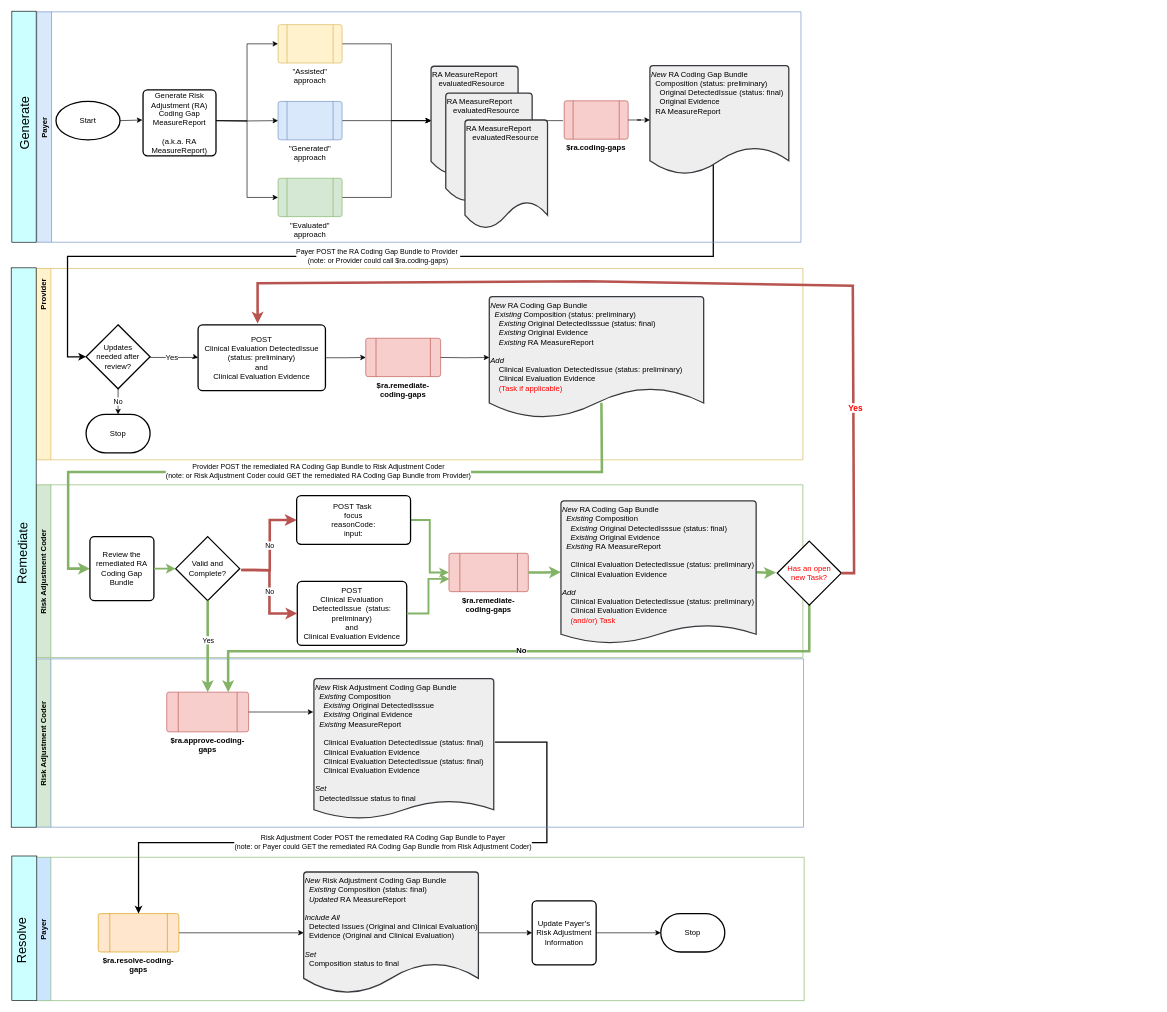
Before: page "workflow-withTask-11-30-2022" (5 of 14) of input/images/Source/Stages.drawio in HL7/davinci-ra, a draw.io diagram. Source tidied: cells renumbered, new cells numbered last; positions are measured from the earlier drawing's top-left corner, leaving out a move shared by most shapes. Both pictures are drawn from the tidied source at 64%, with x=0, y=0 at pixel (1, 11).
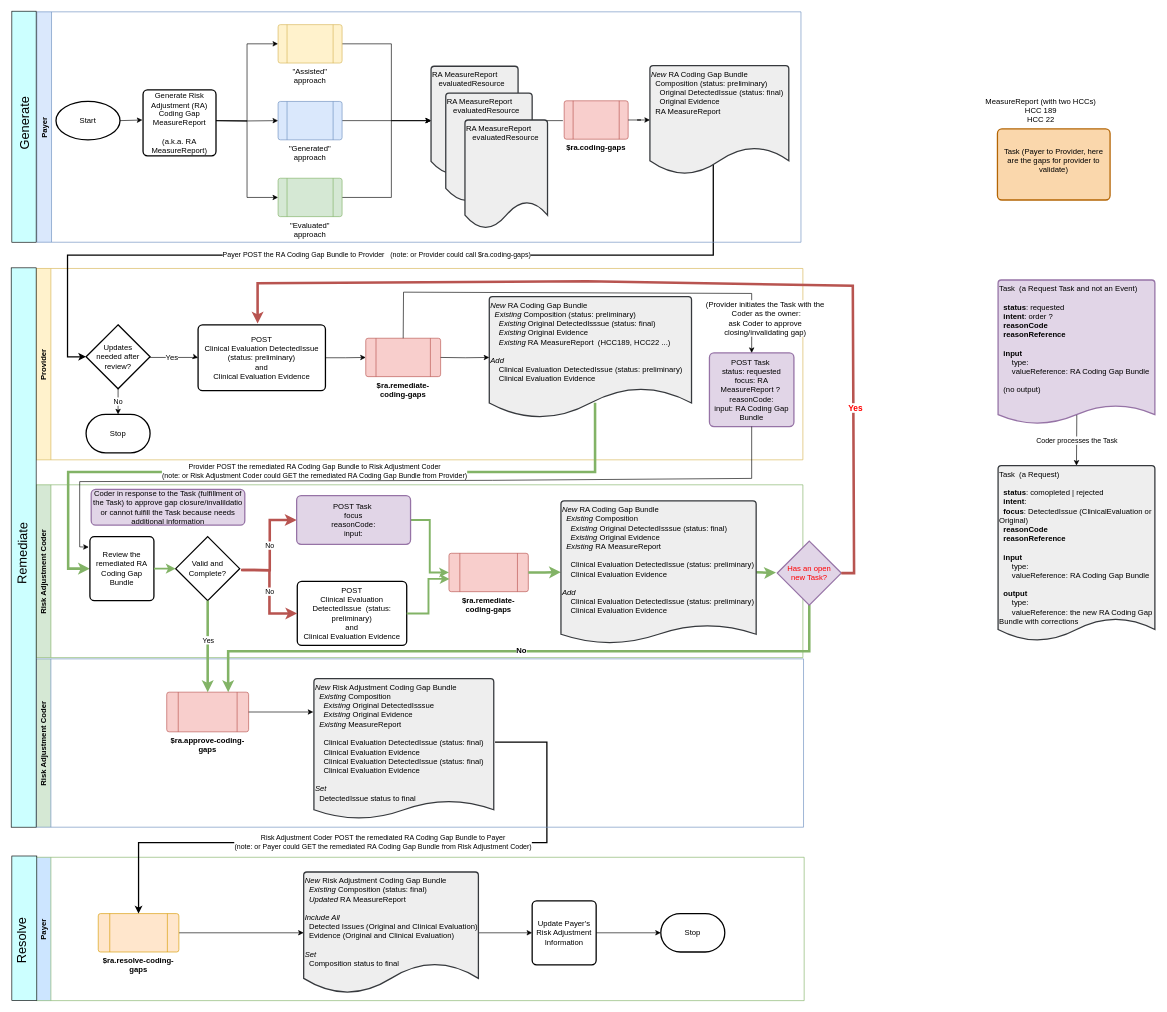
Above is the later version.

Unchanged cells that the change refers to:
```xml
<mxCell id="5" value="&lt;b&gt;$ra.remediate-coding-gaps&lt;/b&gt;" style="verticalLabelPosition=bottom;verticalAlign=top;html=1;shape=process;whiteSpace=wrap;rounded=1;size=0.14;arcSize=6;fillColor=#f8cecc;strokeColor=#b85450;" parent="2" vertex="1">
  <mxGeometry x="515" y="109" width="117" height="60" as="geometry" />
</mxCell>
<mxCell id="9" value="Risk Adjustment Coder" style="swimlane;horizontal=0;fillColor=#d5e8d4;strokeColor=#82b366;" parent="2" vertex="1">
  <mxGeometry y="338" width="1198" height="270" as="geometry" />
</mxCell>
<mxCell id="10" value="Review the remediated RA Coding Gap Bundle" style="rounded=1;whiteSpace=wrap;html=1;absoluteArcSize=1;arcSize=14;strokeWidth=2;" parent="9" vertex="1">
  <mxGeometry x="84" y="81" width="100" height="100" as="geometry" />
</mxCell>
<mxCell id="66" value="&lt;div style=&quot;&quot;&gt;&lt;span style=&quot;background-color: initial;&quot;&gt;&lt;i&gt;New &lt;/i&gt;RA Coding Gap Bundle&lt;br&gt;&lt;/span&gt;&lt;span style=&quot;background-color: initial;&quot;&gt;&amp;nbsp; Composition (status: preliminary)&lt;/span&gt;&lt;/div&gt;&lt;div style=&quot;&quot;&gt;&lt;div&gt;&amp;nbsp; &amp;nbsp; Original DetectedIssue (status: final)&lt;br&gt;&lt;/div&gt;&lt;div&gt;&amp;nbsp; &amp;nbsp; Original&amp;nbsp;&lt;span style=&quot;background-color: initial;&quot;&gt;Evidence&lt;/span&gt;&lt;/div&gt;&lt;/div&gt;&lt;div style=&quot;&quot;&gt;&amp;nbsp; RA MeasureReport&lt;/div&gt;&lt;div style=&quot;&quot;&gt;&lt;br&gt;&lt;/div&gt;" style="strokeWidth=2;html=1;shape=mxgraph.flowchart.document2;whiteSpace=wrap;size=0.25;verticalAlign=top;align=left;fillColor=#eeeeee;strokeColor=#36393d;fillStyle=auto;" parent="1" vertex="1">
  <mxGeometry x="1013" y="85" width="217" height="170" as="geometry" />
</mxCell>
```

Change to the diagram source:
```diff
@@
-    <mxCell id="2" value="                                                                  Provider" style="swimlane;horizontal=0;align=center;startSize=23;fillColor=#fff2cc;strokeColor=#d6b656;" parent="1" vertex="1">
+    <mxCell id="2" value="Provider" style="swimlane;horizontal=0;align=center;startSize=23;fillColor=#fff2cc;strokeColor=#d6b656;" parent="1" vertex="1">
       <mxGeometry x="54" y="402" width="1198" height="299" as="geometry" />
     </mxCell>
@@
-    <mxCell id="6" value="&lt;div style=&quot;&quot;&gt;&lt;span style=&quot;background-color: initial;&quot;&gt;&lt;i&gt;New&lt;/i&gt;&amp;nbsp;RA Coding Gap Bundle&lt;/span&gt;&lt;/div&gt;&lt;div style=&quot;&quot;&gt;&lt;span style=&quot;background-color: initial;&quot;&gt;&amp;nbsp; &lt;i&gt;Existing &lt;/i&gt;Composition (status: preliminary)&lt;/span&gt;&lt;/div&gt;&lt;div style=&quot;&quot;&gt;&lt;span style=&quot;background-color: initial;&quot;&gt;&amp;nbsp; &amp;nbsp;&amp;nbsp;&lt;i&gt;Existing &lt;/i&gt;Original DetectedIsssue (status: final)&lt;br&gt;&lt;i&gt;&amp;nbsp; &amp;nbsp; Existing &lt;/i&gt;Original Evidence&lt;/span&gt;&lt;/div&gt;&lt;div style=&quot;&quot;&gt;&amp;nbsp; &amp;nbsp;&amp;nbsp;&lt;i&gt;Existing &lt;/i&gt;RA&lt;i&gt;&amp;nbsp;&lt;/i&gt;MeasureReport&lt;span style=&quot;background-color: initial;&quot;&gt;&lt;br&gt;&lt;/span&gt;&lt;/div&gt;&lt;div style=&quot;&quot;&gt;&lt;span style=&quot;background-color: initial;&quot;&gt;&lt;br&gt;&lt;/span&gt;&lt;/div&gt;&lt;div style=&quot;&quot;&gt;&lt;span style=&quot;background-color: initial;&quot;&gt;&lt;i&gt;Add&lt;/i&gt;&lt;/span&gt;&lt;/div&gt;&lt;div style=&quot;&quot;&gt;&lt;span style=&quot;background-color: initial;&quot;&gt;&amp;nbsp; &amp;nbsp; Clinical Evaluation DetectedIssue (status: preliminary)&lt;/span&gt;&lt;/div&gt;&lt;div style=&quot;&quot;&gt;&lt;span style=&quot;background-color: initial;&quot;&gt;&amp;nbsp; &amp;nbsp; C&lt;/span&gt;&lt;span style=&quot;background-color: initial;&quot;&gt;linical Evaluation Evidence&lt;/span&gt;&lt;/div&gt;&lt;div style=&quot;&quot;&gt;&lt;span style=&quot;background-color: initial;&quot;&gt;&amp;nbsp; &amp;nbsp; &lt;font color=&quot;#ff0000&quot;&gt;(Task if applicable)&lt;/font&gt;&lt;/span&gt;&lt;/div&gt;" style="strokeWidth=2;html=1;shape=mxgraph.flowchart.document2;whiteSpace=wrap;size=0.25;align=left;verticalAlign=top;fillColor=#eeeeee;strokeColor=#36393d;" parent="2" vertex="1">
-      <mxGeometry x="708" y="44" width="335" height="190" as="geometry" />
+    <mxCell id="6" value="&lt;div style=&quot;&quot;&gt;&lt;span style=&quot;background-color: initial;&quot;&gt;&lt;i&gt;New&lt;/i&gt;&amp;nbsp;RA Coding Gap Bundle&lt;/span&gt;&lt;/div&gt;&lt;div style=&quot;&quot;&gt;&lt;span style=&quot;background-color: initial;&quot;&gt;&amp;nbsp; &lt;i&gt;Existing &lt;/i&gt;Composition (status: preliminary)&lt;/span&gt;&lt;/div&gt;&lt;div style=&quot;&quot;&gt;&lt;span style=&quot;background-color: initial;&quot;&gt;&amp;nbsp; &amp;nbsp;&amp;nbsp;&lt;i&gt;Existing &lt;/i&gt;Original DetectedIsssue (status: final)&lt;br&gt;&lt;i&gt;&amp;nbsp; &amp;nbsp; Existing &lt;/i&gt;Original Evidence&lt;/span&gt;&lt;/div&gt;&lt;div style=&quot;&quot;&gt;&amp;nbsp; &amp;nbsp;&amp;nbsp;&lt;i&gt;Existing &lt;/i&gt;RA&lt;i&gt;&amp;nbsp;&lt;/i&gt;MeasureReport&amp;nbsp; (HCC189, HCC22 ...)&lt;span style=&quot;background-color: initial;&quot;&gt;&lt;br&gt;&lt;/span&gt;&lt;/div&gt;&lt;div style=&quot;&quot;&gt;&lt;span style=&quot;background-color: initial;&quot;&gt;&lt;br&gt;&lt;/span&gt;&lt;/div&gt;&lt;div style=&quot;&quot;&gt;&lt;span style=&quot;background-color: initial;&quot;&gt;&lt;i&gt;Add&lt;/i&gt;&lt;/span&gt;&lt;/div&gt;&lt;div style=&quot;&quot;&gt;&lt;span style=&quot;background-color: initial;&quot;&gt;&amp;nbsp; &amp;nbsp; Clinical Evaluation DetectedIssue (status: preliminary)&lt;/span&gt;&lt;/div&gt;&lt;div style=&quot;&quot;&gt;&lt;span style=&quot;background-color: initial;&quot;&gt;&amp;nbsp; &amp;nbsp; C&lt;/span&gt;&lt;span style=&quot;background-color: initial;&quot;&gt;linical Evaluation Evidence&lt;/span&gt;&lt;/div&gt;&lt;div style=&quot;&quot;&gt;&lt;span style=&quot;background-color: initial;&quot;&gt;&amp;nbsp; &amp;nbsp;&lt;/span&gt;&lt;/div&gt;" style="strokeWidth=2;html=1;shape=mxgraph.flowchart.document2;whiteSpace=wrap;size=0.25;align=left;verticalAlign=top;fillColor=#eeeeee;strokeColor=#36393d;" parent="2" vertex="1">
+      <mxGeometry x="708" y="44" width="316" height="190" as="geometry" />
     </mxCell>
     <mxCell id="7" style="edgeStyle=orthogonalEdgeStyle;rounded=0;jettySize=auto;html=1;entryX=0;entryY=0.5;entryDx=0;entryDy=0;jumpStyle=gap;strokeWidth=4;fillColor=#d5e8d4;strokeColor=#82B366;exitX=0.523;exitY=0.872;exitDx=0;exitDy=0;exitPerimeter=0;" parent="2" edge="1" source="6" target="10">
       <mxGeometry relative="1" as="geometry">
         <Array as="points">
-          <mxPoint x="883" y="275" />
-          <mxPoint x="884" y="318" />
+          <mxPoint x="873" y="318" />
           <mxPoint x="50" y="318" />
           <mxPoint x="50" y="469" />
         </Array>
       </mxGeometry>
     </mxCell>
@@
-    <mxCell id="18" value="&lt;div style=&quot;&quot;&gt;&lt;div&gt;&lt;span style=&quot;background-color: initial;&quot;&gt;&lt;i&gt;New&amp;nbsp;&lt;/i&gt;&lt;/span&gt;&lt;span style=&quot;background-color: initial;&quot;&gt;RA Coding Gap Bundle&lt;/span&gt;&lt;/div&gt;&lt;div&gt;&lt;span style=&quot;background-color: initial;&quot;&gt;&amp;nbsp;&amp;nbsp;&lt;i&gt;Existing&amp;nbsp;&lt;/i&gt;Composition&lt;/span&gt;&lt;/div&gt;&lt;div&gt;&lt;span style=&quot;background-color: initial;&quot;&gt;&amp;nbsp; &amp;nbsp;&amp;nbsp;&lt;i&gt;Existing&amp;nbsp;&lt;/i&gt;Original DetectedIsssue (status: final)&lt;br&gt;&lt;i&gt;&amp;nbsp; &amp;nbsp; Existing&amp;nbsp;&lt;/i&gt;Original Evidence&lt;/span&gt;&lt;/div&gt;&lt;div&gt;&amp;nbsp;&amp;nbsp;&lt;i&gt;Existing &lt;/i&gt;RA&amp;nbsp;MeasureReport&lt;span style=&quot;background-color: initial;&quot;&gt;&lt;br&gt;&lt;/span&gt;&lt;/div&gt;&lt;div&gt;&lt;br&gt;&lt;/div&gt;&lt;div&gt;&lt;div&gt;&lt;span style=&quot;background-color: initial;&quot;&gt;&amp;nbsp; &amp;nbsp; Clinical Evaluation DetectedIssue (status: preliminary)&lt;/span&gt;&lt;/div&gt;&lt;div&gt;&lt;span style=&quot;background-color: initial;&quot;&gt;&amp;nbsp; &amp;nbsp; Clinical Evaluation Evidence&lt;/span&gt;&lt;/div&gt;&lt;/div&gt;&lt;div&gt;&lt;span style=&quot;background-color: initial;&quot;&gt;&lt;br&gt;&lt;/span&gt;&lt;/div&gt;&lt;div&gt;&lt;span style=&quot;background-color: initial;&quot;&gt;&lt;i&gt;Add&lt;/i&gt;&lt;/span&gt;&lt;/div&gt;&lt;div&gt;&lt;span style=&quot;background-color: initial;&quot;&gt;&amp;nbsp; &amp;nbsp;&amp;nbsp;&lt;/span&gt;&lt;span style=&quot;background-color: initial;&quot;&gt;Clinical Evaluation DetectedIssue (status: preliminary)&lt;/span&gt;&lt;/div&gt;&lt;div&gt;&lt;span style=&quot;background-color: initial;&quot;&gt;&amp;nbsp; &amp;nbsp; Clinical Evaluation Evidence&lt;/span&gt;&lt;/div&gt;&lt;div&gt;&lt;span style=&quot;background-color: initial;&quot;&gt;&amp;nbsp; &amp;nbsp; &lt;font color=&quot;#ff0000&quot;&gt;(and/or)&lt;/font&gt;&lt;/span&gt;&lt;span style=&quot;background-color: initial;&quot;&gt;&lt;font color=&quot;#ff0000&quot;&gt;&amp;nbsp;Task&lt;/font&gt;&lt;/span&gt;&lt;/div&gt;&lt;/div&gt;" style="strokeWidth=2;html=1;shape=mxgraph.flowchart.document2;whiteSpace=wrap;size=0.13008833353498342;fillColor=#eeeeee;strokeColor=#36393d;verticalAlign=top;align=left;" parent="9" vertex="1">
+    <mxCell id="18" value="&lt;div style=&quot;&quot;&gt;&lt;div&gt;&lt;span style=&quot;background-color: initial;&quot;&gt;&lt;i&gt;New&amp;nbsp;&lt;/i&gt;&lt;/span&gt;&lt;span style=&quot;background-color: initial;&quot;&gt;RA Coding Gap Bundle&lt;/span&gt;&lt;/div&gt;&lt;div&gt;&lt;span style=&quot;background-color: initial;&quot;&gt;&amp;nbsp;&amp;nbsp;&lt;i&gt;Existing&amp;nbsp;&lt;/i&gt;Composition&lt;/span&gt;&lt;/div&gt;&lt;div&gt;&lt;span style=&quot;background-color: initial;&quot;&gt;&amp;nbsp; &amp;nbsp;&amp;nbsp;&lt;i&gt;Existing&amp;nbsp;&lt;/i&gt;Original DetectedIsssue (status: final)&lt;br&gt;&lt;i&gt;&amp;nbsp; &amp;nbsp; Existing&amp;nbsp;&lt;/i&gt;Original Evidence&lt;/span&gt;&lt;/div&gt;&lt;div&gt;&amp;nbsp;&amp;nbsp;&lt;i&gt;Existing &lt;/i&gt;RA&amp;nbsp;MeasureReport&lt;span style=&quot;background-color: initial;&quot;&gt;&lt;br&gt;&lt;/span&gt;&lt;/div&gt;&lt;div&gt;&lt;br&gt;&lt;/div&gt;&lt;div&gt;&lt;div&gt;&lt;span style=&quot;background-color: initial;&quot;&gt;&amp;nbsp; &amp;nbsp; Clinical Evaluation DetectedIssue (status: preliminary)&lt;/span&gt;&lt;/div&gt;&lt;div&gt;&lt;span style=&quot;background-color: initial;&quot;&gt;&amp;nbsp; &amp;nbsp; Clinical Evaluation Evidence&lt;/span&gt;&lt;/div&gt;&lt;/div&gt;&lt;div&gt;&lt;span style=&quot;background-color: initial;&quot;&gt;&lt;br&gt;&lt;/span&gt;&lt;/div&gt;&lt;div&gt;&lt;span style=&quot;background-color: initial;&quot;&gt;&lt;i&gt;Add&lt;/i&gt;&lt;/span&gt;&lt;/div&gt;&lt;div&gt;&lt;span style=&quot;background-color: initial;&quot;&gt;&amp;nbsp; &amp;nbsp;&amp;nbsp;&lt;/span&gt;&lt;span style=&quot;background-color: initial;&quot;&gt;Clinical Evaluation DetectedIssue (status: preliminary)&lt;/span&gt;&lt;/div&gt;&lt;div&gt;&lt;span style=&quot;background-color: initial;&quot;&gt;&amp;nbsp; &amp;nbsp; Clinical Evaluation Evidence&lt;/span&gt;&lt;/div&gt;&lt;div&gt;&lt;span style=&quot;background-color: initial;&quot;&gt;&amp;nbsp; &amp;nbsp;&amp;nbsp;&lt;/span&gt;&lt;/div&gt;&lt;/div&gt;" style="strokeWidth=2;html=1;shape=mxgraph.flowchart.document2;whiteSpace=wrap;size=0.13008833353498342;fillColor=#eeeeee;strokeColor=#36393d;verticalAlign=top;align=left;" parent="9" vertex="1">
       <mxGeometry x="820" y="25" width="305" height="223" as="geometry" />
     </mxCell>
-    <mxCell id="19" value="&lt;font style=&quot;&quot;&gt;POST Task&amp;nbsp;&lt;br&gt;focus&lt;br&gt;reasonCode:&lt;br&gt;input:&lt;br&gt;&lt;/font&gt;" style="rounded=1;whiteSpace=wrap;html=1;absoluteArcSize=1;arcSize=14;strokeWidth=2;" parent="9" vertex="1">
+    <mxCell id="19" value="&lt;font style=&quot;&quot;&gt;POST Task&amp;nbsp;&lt;br&gt;focus&lt;br&gt;reasonCode:&lt;br&gt;input:&lt;br&gt;&lt;/font&gt;" style="rounded=1;whiteSpace=wrap;html=1;absoluteArcSize=1;arcSize=14;strokeWidth=2;fillColor=#e1d5e7;strokeColor=#9673a6;" parent="9" vertex="1">
       <mxGeometry x="407" y="17" width="178" height="76" as="geometry" />
     </mxCell>
@@
+    <mxCell id="75" value="&lt;font style=&quot;&quot;&gt;Coder in response to the Task (fulfillment of the Task) to approve gap closure/invalildatio or cannot fulfill the Task because needs additional information&lt;br&gt;&lt;/font&gt;" style="rounded=1;whiteSpace=wrap;html=1;absoluteArcSize=1;arcSize=14;strokeWidth=2;fillColor=#e1d5e7;strokeColor=#9673a6;" parent="9" vertex="1">
+      <mxGeometry x="86" y="7" width="240" height="56" as="geometry" />
+    </mxCell>
@@
+    <mxCell id="76" value="&lt;font style=&quot;&quot;&gt;POST Task&amp;nbsp;&lt;br&gt;status: requested&lt;br&gt;focus: RA MeasureReport ?&amp;nbsp;&lt;br&gt;reasonCode:&lt;br&gt;input: RA Coding Gap Bundle&lt;br&gt;&lt;/font&gt;" style="rounded=1;whiteSpace=wrap;html=1;absoluteArcSize=1;arcSize=14;strokeWidth=2;fillColor=#e1d5e7;strokeColor=#9673a6;" parent="2" vertex="1">
+      <mxGeometry x="1052" y="132" width="132" height="115" as="geometry" />
+    </mxCell>
+    <mxCell id="77" style="endArrow=classic;html=1;rounded=0;exitX=0.5;exitY=0;exitDx=0;exitDy=0;entryX=0.5;entryY=0;entryDx=0;entryDy=0;" parent="2" edge="1" source="5" target="76">
+      <mxGeometry relative="1" as="geometry">
+        <Array as="points">
+          <mxPoint x="574" y="37" />
+          <mxPoint x="1118" y="39" />
+        </Array>
+      </mxGeometry>
+    </mxCell>
+    <mxCell id="78" value="&lt;span style=&quot;font-size: 12px;&quot;&gt;(Provider initiates the Task with the&lt;br&gt;&amp;nbsp;Coder as the owner: &lt;br&gt;ask Coder to approve &lt;br&gt;closing/invalidating gap)&lt;/span&gt;" style="edgeLabel;html=1;align=center;verticalAlign=middle;" parent="77" vertex="1">
+      <mxGeometry x="0.92" y="2" relative="1" as="geometry">
+        <mxPoint x="18" y="-26" as="offset" />
+      </mxGeometry>
+    </mxCell>
+    <mxCell id="79" style="endArrow=classic;html=1;rounded=0;exitX=0.5;exitY=1;exitDx=0;exitDy=0;entryX=-0.018;entryY=0.164;entryDx=0;entryDy=0;entryPerimeter=0;" parent="2" edge="1" source="76" target="10">
+      <mxGeometry relative="1" as="geometry">
+        <Array as="points">
+          <mxPoint x="1118" y="328" />
+          <mxPoint x="713" y="331" />
+          <mxPoint x="68" y="333" />
+          <mxPoint x="68" y="435" />
+        </Array>
+      </mxGeometry>
+    </mxCell>
@@
-    <mxCell id="47" value="Payer POST the RA Coding Gap Bundle to Provider&amp;nbsp;&lt;br&gt;(note: or Provider could call $ra.coding-gaps)" style="edgeStyle=orthogonalEdgeStyle;rounded=0;jettySize=auto;html=1;entryX=0;entryY=0.5;entryDx=0;entryDy=0;strokeWidth=2;shadow=0;sketch=0;entryPerimeter=0;exitX=0.45;exitY=0.899;exitDx=0;exitDy=0;exitPerimeter=0;" parent="1" edge="1" source="66">
+    <mxCell id="47" value="Payer POST the RA Coding Gap Bundle to Provider&amp;nbsp; &amp;nbsp;(note: or Provider could call $ra.coding-gaps)" style="edgeStyle=orthogonalEdgeStyle;rounded=0;jettySize=auto;html=1;entryX=0;entryY=0.5;entryDx=0;entryDy=0;strokeWidth=2;shadow=0;sketch=0;entryPerimeter=0;exitX=0.45;exitY=0.899;exitDx=0;exitDy=0;exitPerimeter=0;" parent="1" edge="1" source="66">
       <mxGeometry relative="1" as="geometry">
         <mxPoint x="132" y="540" as="targetPoint" />
         <Array as="points">
-          <mxPoint x="1112" y="383" />
-          <mxPoint x="103" y="383" />
+          <mxPoint x="1112" y="238" />
+          <mxPoint x="1112" y="381" />
+          <mxPoint x="103" y="381" />
           <mxPoint x="103" y="540" />
         </Array>
       </mxGeometry>
     </mxCell>
@@
-    <mxCell id="70" value="&lt;font color=&quot;#ff0000&quot;&gt;Has an open &lt;br&gt;new Task?&lt;/font&gt;" style="strokeWidth=2;html=1;shape=mxgraph.flowchart.decision;whiteSpace=wrap;" parent="1" vertex="1">
+    <mxCell id="70" value="&lt;font color=&quot;#ff0000&quot;&gt;Has an open &lt;br&gt;new Task?&lt;/font&gt;" style="strokeWidth=2;html=1;shape=mxgraph.flowchart.decision;whiteSpace=wrap;fillColor=#e1d5e7;strokeColor=#9673a6;" parent="1" vertex="1">
       <mxGeometry x="1212" y="828" width="100" height="100" as="geometry" />
     </mxCell>
@@
+    <mxCell id="80" value="&lt;div style=&quot;&quot;&gt;&lt;div&gt;Task&amp;nbsp; (a Request Task and not an Event)&lt;/div&gt;&lt;div&gt;&lt;br&gt;&lt;/div&gt;&lt;div&gt;&amp;nbsp; &lt;b&gt;status&lt;/b&gt;: requested&lt;/div&gt;&lt;div&gt;&lt;b&gt;&amp;nbsp; intent&lt;/b&gt;: order ?&lt;/div&gt;&lt;div&gt;&amp;nbsp;&lt;span style=&quot;background-color: initial;&quot;&gt;&amp;nbsp;&lt;/span&gt;&lt;b style=&quot;background-color: initial;&quot;&gt;reasonCode&lt;/b&gt;&lt;/div&gt;&lt;div&gt;&amp;nbsp; &lt;b&gt;reasonReference&lt;/b&gt;&lt;/div&gt;&lt;div&gt;&lt;br&gt;&lt;/div&gt;&lt;div&gt;&amp;nbsp; &lt;b&gt;input&lt;/b&gt;&lt;/div&gt;&lt;div&gt;&amp;nbsp; &amp;nbsp; &amp;nbsp; type:&amp;nbsp;&lt;/div&gt;&lt;div&gt;&amp;nbsp; &amp;nbsp; &amp;nbsp; valueReference: RA Coding Gap Bundle&lt;/div&gt;&lt;div&gt;&lt;br&gt;&lt;/div&gt;&lt;div&gt;&amp;nbsp; (no output)&amp;nbsp;&lt;/div&gt;&lt;div&gt;&lt;br&gt;&lt;/div&gt;&lt;div&gt;&lt;p style=&quot;margin:0in;font-family:Calibri;font-size:11.0pt&quot;&gt;&lt;br&gt;&lt;/p&gt;&lt;/div&gt;&lt;/div&gt;" style="strokeWidth=2;html=1;shape=mxgraph.flowchart.document2;whiteSpace=wrap;size=0.13008833353498342;fillColor=#e1d5e7;strokeColor=#9673a6;verticalAlign=top;align=left;" parent="1" vertex="1">
+      <mxGeometry x="1557" y="420" width="245" height="225" as="geometry" />
+    </mxCell>
+    <mxCell id="81" value="&lt;div style=&quot;&quot;&gt;&lt;div&gt;Task&amp;nbsp; (a Request)&lt;/div&gt;&lt;div&gt;&lt;br&gt;&lt;/div&gt;&lt;div&gt;&amp;nbsp; &lt;b&gt;status&lt;/b&gt;: comopleted | rejected&lt;/div&gt;&lt;div&gt;&amp;nbsp; &lt;b&gt;intent&lt;/b&gt;:&amp;nbsp;&lt;/div&gt;&lt;div&gt;&amp;nbsp; &lt;b&gt;focus&lt;/b&gt;: DetectedIssue (ClinicalEvaluation or Original)&lt;/div&gt;&lt;div&gt;&amp;nbsp; &lt;b&gt;reasonCode&lt;/b&gt;&lt;/div&gt;&lt;div&gt;&amp;nbsp; &lt;b&gt;reasonReference&lt;/b&gt;&lt;/div&gt;&lt;div&gt;&lt;br&gt;&lt;/div&gt;&lt;div&gt;&amp;nbsp; &lt;b&gt;input&lt;/b&gt;&lt;/div&gt;&lt;div&gt;&amp;nbsp; &amp;nbsp; &amp;nbsp; type:&amp;nbsp;&lt;/div&gt;&lt;div&gt;&amp;nbsp; &amp;nbsp; &amp;nbsp; valueReference: RA Coding Gap Bundle&lt;/div&gt;&lt;div&gt;&lt;br&gt;&lt;/div&gt;&lt;div&gt;&amp;nbsp; &lt;b&gt;output&lt;/b&gt;&lt;/div&gt;&lt;div&gt;&lt;b&gt;&amp;nbsp; &amp;nbsp; &amp;nbsp;&amp;nbsp;&lt;/b&gt;&lt;span style=&quot;background-color: initial;&quot;&gt;type:&amp;nbsp;&lt;/span&gt;&lt;/div&gt;&lt;div&gt;&amp;nbsp; &amp;nbsp; &amp;nbsp; valueReference: the new RA Coding Gap Bundle with corrections&lt;/div&gt;&lt;div&gt;&lt;br&gt;&lt;/div&gt;&lt;div&gt;&lt;p style=&quot;margin:0in;font-family:Calibri;font-size:11.0pt&quot;&gt;&lt;br&gt;&lt;/p&gt;&lt;/div&gt;&lt;/div&gt;" style="strokeWidth=2;html=1;shape=mxgraph.flowchart.document2;whiteSpace=wrap;size=0.13008833353498342;fillColor=#eeeeee;strokeColor=#36393d;verticalAlign=top;align=left;" parent="1" vertex="1">
+      <mxGeometry x="1557" y="710" width="245" height="274" as="geometry" />
+    </mxCell>
+    <mxCell id="82" value="Coder processes the Task" style="endArrow=classic;html=1;rounded=0;entryX=0.5;entryY=0;entryDx=0;entryDy=0;entryPerimeter=0;" parent="1" edge="1" target="81">
+      <mxGeometry relative="1" as="geometry">
+        <mxPoint x="1680" y="631" as="sourcePoint" />
+      </mxGeometry>
+    </mxCell>
+    <mxCell id="83" value="MeasureReport (with two HCCs)&lt;br&gt;HCC 189&lt;br&gt;HCC 22" style="text;html=1;strokeColor=none;fillColor=none;align=center;verticalAlign=middle;whiteSpace=wrap;rounded=0;" parent="1" vertex="1">
+      <mxGeometry x="1524" y="140" width="200" height="30" as="geometry" />
+    </mxCell>
+    <mxCell id="84" value="&lt;font style=&quot;&quot;&gt;Task (Payer to Provider, here are the gaps for provider to validate)&lt;br&gt;&lt;br&gt;&lt;/font&gt;" style="rounded=1;whiteSpace=wrap;html=1;absoluteArcSize=1;arcSize=14;strokeWidth=2;fillColor=#fad7ac;strokeColor=#b46504;" parent="1" vertex="1">
+      <mxGeometry x="1556" y="184" width="176" height="111" as="geometry" />
+    </mxCell>
```
